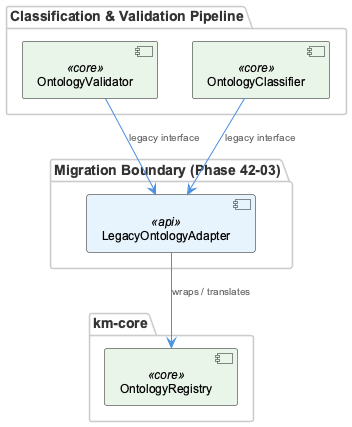
Before: knowledge-management/insights/images/legacy-ontology-adapter-architecture.png, a diagram exported from PlantUML (fwornle/coding).
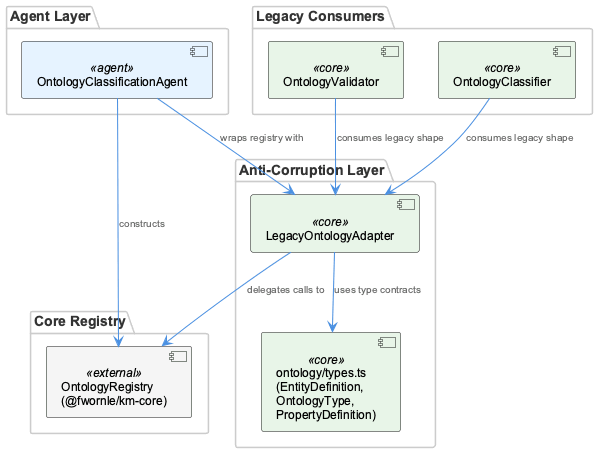
The same diagram one commit later.

What changed in the source:
```diff
@@ -1,21 +1,30 @@
 @startuml
 !include /Users/Q284340/Agentic/coding/docs/puml/_standard-style.puml
 
-package "Classification & Validation Pipeline" {
+package "Agent Layer" {
+  component "OntologyClassificationAgent" as agent <<agent>>
+}
+
+package "Anti-Corruption Layer" {
+  component "LegacyOntologyAdapter" as adapter <<core>>
+  component "ontology/types.ts\n(EntityDefinition,\nOntologyType,\nPropertyDefinition)" as types <<core>>
+}
+
+package "Core Registry" {
+  component "OntologyRegistry\n(@fwornle/km-core)" as registry <<external>>
+}
+
+package "Legacy Consumers" {
   component "OntologyValidator" as validator <<core>>
   component "OntologyClassifier" as classifier <<core>>
 }
 
-package "Migration Boundary (Phase 42-03)" {
-  component "LegacyOntologyAdapter" as adapter <<api>>
-}
+agent --> registry : "constructs"
+agent --> adapter : "wraps registry with"
+adapter --> registry : "delegates calls to"
+adapter --> types : "uses type contracts"
 
-package "km-core" {
-  component "OntologyRegistry" as registry <<core>>
-}
-
-validator --> adapter : "legacy interface"
-classifier --> adapter : "legacy interface"
-adapter --> registry : "wraps / translates"
+validator --> adapter : "consumes legacy shape"
+classifier --> adapter : "consumes legacy shape"
 
 @enduml
```
